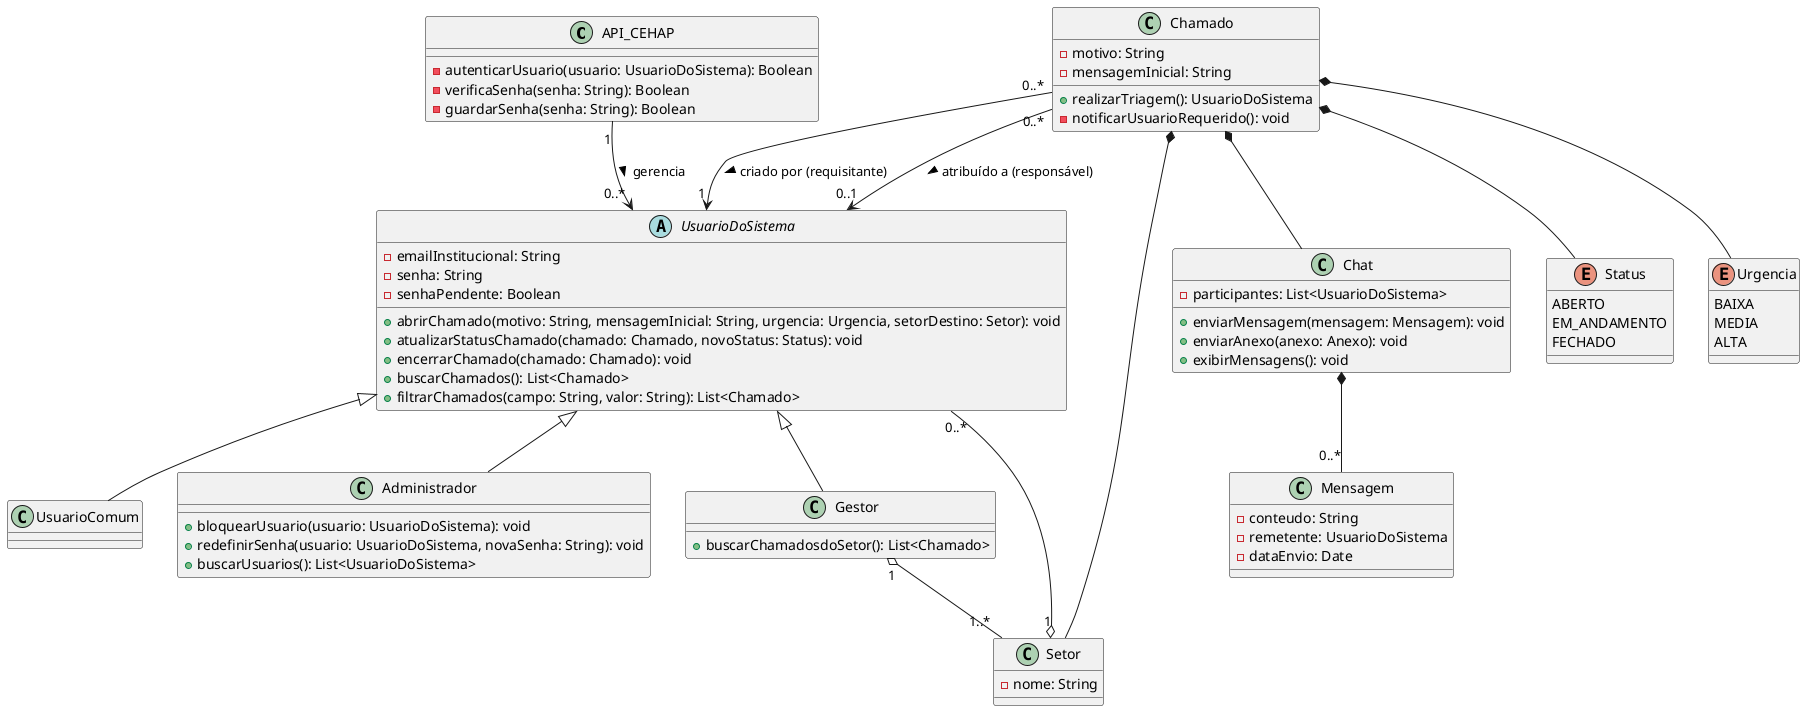
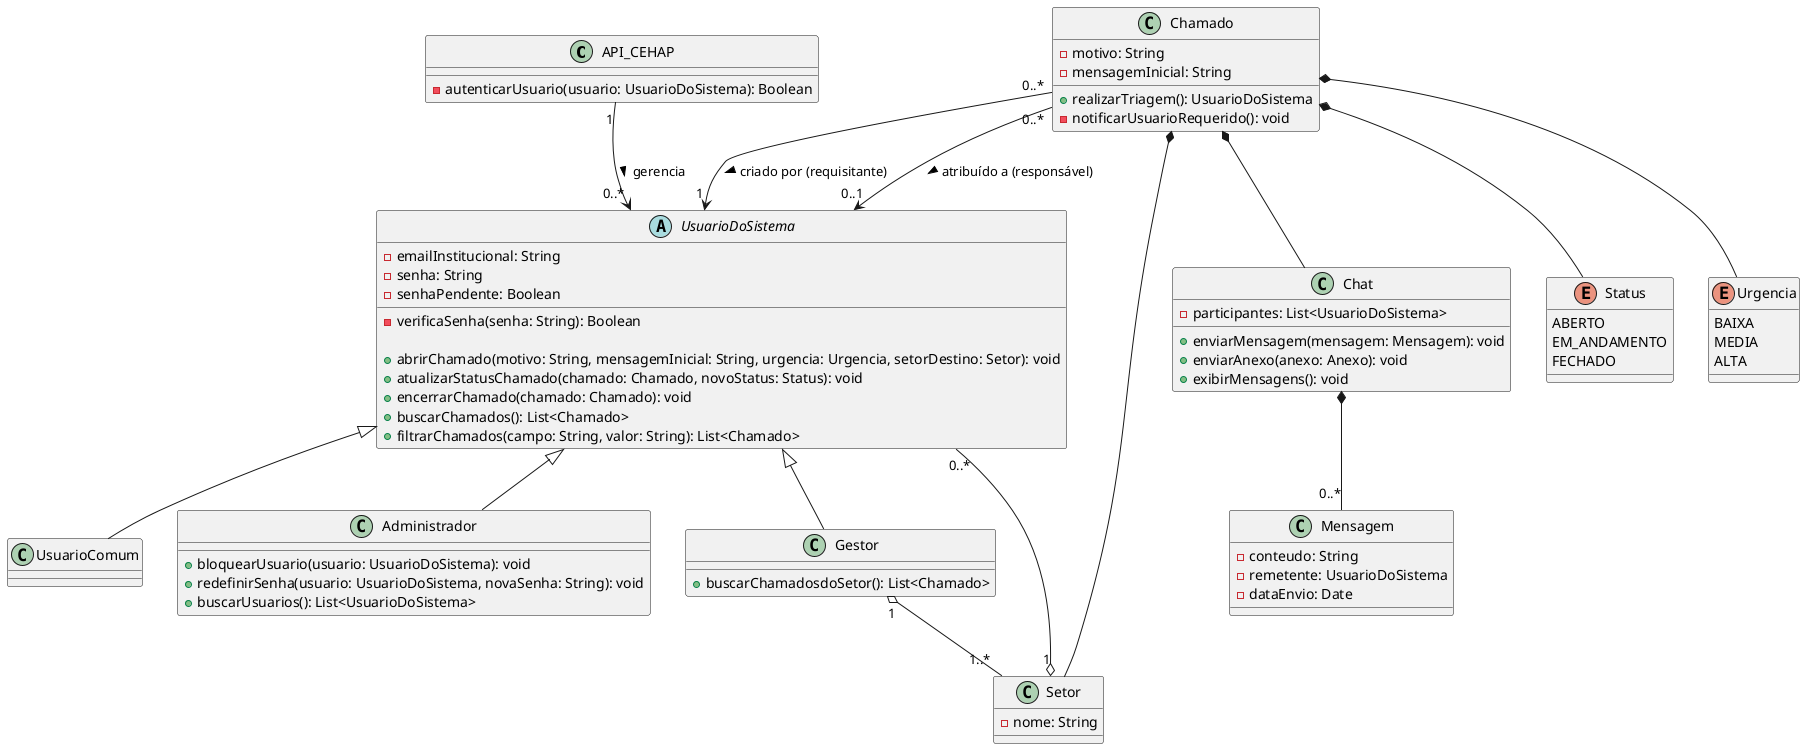
@startuml

' ==========================================
' DEFINIÇÕES DE CLASSES E ENUMS
' ==========================================

class API_CEHAP {
    - autenticarUsuario(usuario: UsuarioDoSistema): Boolean
-     - verificaSenha(senha: String): Boolean
-     - guardarSenha(senha: String): Boolean
}

abstract class UsuarioDoSistema {
    - emailInstitucional: String
    - senha: String
    - senhaPendente: Boolean
+     - verificaSenha(senha: String): Boolean

    ' Métodos gerais de fluxo de chamados
    + abrirChamado(motivo: String, mensagemInicial: String, urgencia: Urgencia, setorDestino: Setor): void
    + atualizarStatusChamado(chamado: Chamado, novoStatus: Status): void
    + encerrarChamado(chamado: Chamado): void
    + buscarChamados(): List<Chamado>
    + filtrarChamados(campo: String, valor: String): List<Chamado>
}

class UsuarioComum {
    ' Herda todos os métodos de UsuarioDoSistema.
}

class Administrador {
    ' Responsabilidades exclusivas de administração
    + bloquearUsuario(usuario: UsuarioDoSistema): void
    + redefinirSenha(usuario: UsuarioDoSistema, novaSenha: String): void
    + buscarUsuarios(): List<UsuarioDoSistema>
}

class Gestor {
    ' Responsabilidades exclusivas de gestão de setor
    + buscarChamadosdoSetor(): List<Chamado>
}

class Setor {
    - nome: String
}

class Chamado {
    - motivo: String
    - mensagemInicial: String
    + realizarTriagem(): UsuarioDoSistema
    - notificarUsuarioRequerido(): void
}

class Chat {
    - participantes: List<UsuarioDoSistema>
    + enviarMensagem(mensagem: Mensagem): void
    + enviarAnexo(anexo: Anexo): void
    + exibirMensagens(): void
}

class Mensagem {
    - conteudo: String
    - remetente: UsuarioDoSistema
    - dataEnvio: Date
}

enum Status {
    ABERTO
    EM_ANDAMENTO
    FECHADO
}

enum Urgencia {
    BAIXA
    MEDIA
    ALTA
}

' ==========================================
' RELACIONAMENTOS E ASSOCIAÇÕES
' ==========================================

' Relação API com Usuarios
API_CEHAP "1" --> "0..*" UsuarioDoSistema : gerencia >

' Heranças (Setas invertidas/direcionadas para forçar UsuarioDoSistema no topo)
UsuarioDoSistema <|-- UsuarioComum
UsuarioDoSistema <|-- Administrador
UsuarioDoSistema <|-- Gestor


' Relacionamentos de Setor e Usuários
Gestor "1" o-- "1..*" Setor
Setor "1" o-- "0..*" UsuarioDoSistema

' Relacionamentos de Chamado
Chamado *-- Urgencia
Chamado *-- Status
Chamado *-- Setor
Chamado *-- Chat
Chamado "0..*" --> "1" UsuarioDoSistema : criado por (requisitante) >
Chamado "0..*" --> "0..1" UsuarioDoSistema : atribuído a (responsável) >

' Relacionamentos de Chat e Mensagem
Chat *-- "0..*" Mensagem

@enduml